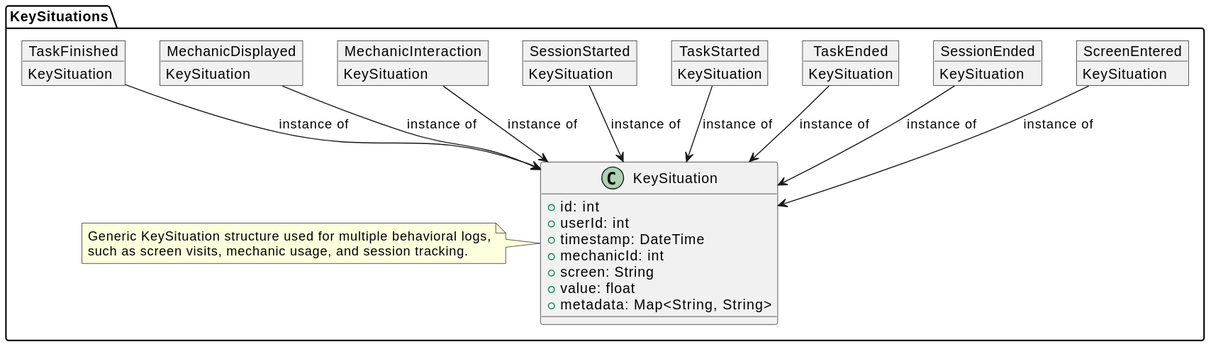
This is out/packages/keysitations/keysitations.svg from Maks-stack/ontology, a PlantUML export, as it was before one commit. Its diagram source:
```plantuml
@startuml
package KeySituations {

class KeySituation {
  +id: int
  +userId: int
  +timestamp: DateTime
  +mechanicId: int
  +screen: String
  +value: float
  +metadata: Map<String, String>
}

object TaskFinished
TaskFinished : KeySituation
TaskFinished --> KeySituation : "instance of"

object MechanicDisplayed
MechanicDisplayed : KeySituation
MechanicDisplayed --> KeySituation : "instance of"

object MechanicInteraction
MechanicInteraction : KeySituation
MechanicInteraction --> KeySituation : "instance of"

object SessionStarted
SessionStarted : KeySituation
SessionStarted --> KeySituation : "instance of"

object TaskStarted
TaskStarted : KeySituation
TaskStarted --> KeySituation : "instance of"

object TaskEnded
TaskEnded : KeySituation
TaskEnded --> KeySituation : "instance of"

object SessionEnded
SessionEnded : KeySituation
SessionEnded --> KeySituation : "instance of"

object ScreenEntered
ScreenEntered : KeySituation
ScreenEntered --> KeySituation : "instance of"

note left of KeySituation
Generic KeySituation structure used for multiple behavioral logs,
such as screen visits, mechanic usage, and session tracking.
end note

}
@enduml
```
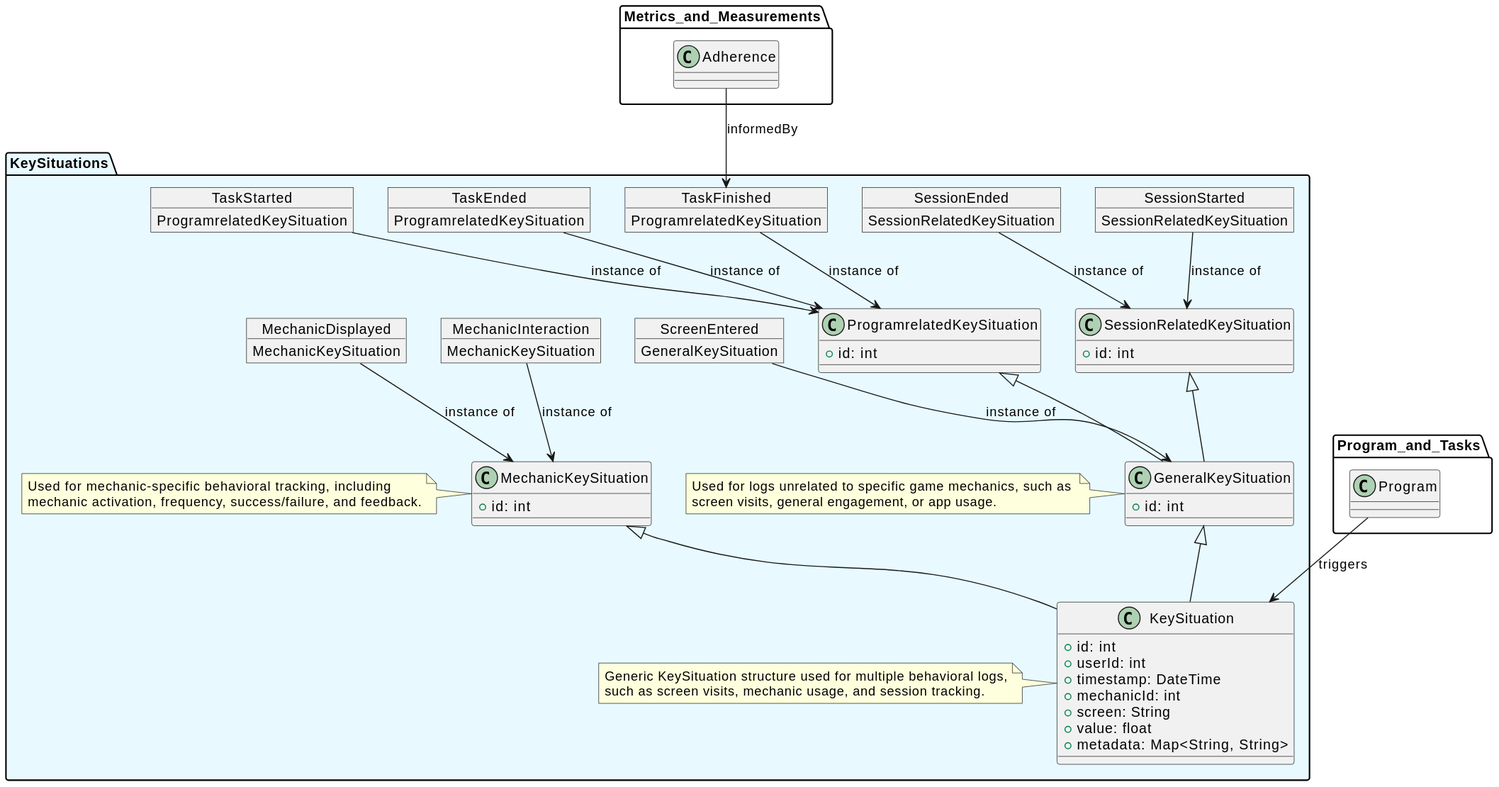
Above is the later version.

What changed in the source:
```diff
@@ -1,52 +1,83 @@
 @startuml
-package KeySituations {
+package KeySituations #e8faffff {
+  class KeySituation {
+    +id: int
+    +userId: int
+    +timestamp: DateTime
+    +mechanicId: int
+    +screen: String
+    +value: float
+    +metadata: Map<String, String>
+  }
 
-class KeySituation {
-  +id: int
-  +userId: int
-  +timestamp: DateTime
-  +mechanicId: int
-  +screen: String
-  +value: float
-  +metadata: Map<String, String>
+  class MechanicKeySituation {
+    +id: int
+
+  }
+  class GeneralKeySituation {
+    +id: int
+
+  }
+  class ProgramrelatedKeySituation {
+    +id: int
+  }
+  ProgramrelatedKeySituation <|-- GeneralKeySituation
+
+  class SessionRelatedKeySituation {
+    +id: int
+  }
+  SessionRelatedKeySituation <|-- GeneralKeySituation
+
+  GeneralKeySituation <|-- KeySituation
+  MechanicKeySituation <|-- KeySituation
+
+  object TaskFinished
+  TaskFinished : ProgramrelatedKeySituation
+  TaskFinished --> ProgramrelatedKeySituation : "instance of"
+
+  object MechanicDisplayed
+  MechanicDisplayed : MechanicKeySituation
+  MechanicDisplayed --> MechanicKeySituation : "instance of"
+
+  object MechanicInteraction
+  MechanicInteraction : MechanicKeySituation
+  MechanicInteraction --> MechanicKeySituation : "instance of"
+
+  object SessionStarted
+  SessionStarted : SessionRelatedKeySituation
+  SessionStarted --> SessionRelatedKeySituation : "instance of"
+
+  object TaskStarted
+  TaskStarted : ProgramrelatedKeySituation
+  TaskStarted --> ProgramrelatedKeySituation : "instance of"
+
+  object TaskEnded
+  TaskEnded : ProgramrelatedKeySituation
+  TaskEnded --> ProgramrelatedKeySituation : "instance of"
+
+  object SessionEnded
+  SessionEnded : SessionRelatedKeySituation
+  SessionEnded --> SessionRelatedKeySituation : "instance of"
+
+  object ScreenEntered
+  ScreenEntered : GeneralKeySituation
+  ScreenEntered --> GeneralKeySituation : "instance of"
+
+  note left of KeySituation
+  Generic KeySituation structure used for multiple behavioral logs,
+  such as screen visits, mechanic usage, and session tracking.
+  end note
+
+  note left of GeneralKeySituation
+  Used for logs unrelated to specific game mechanics, such as
+  screen visits, general engagement, or app usage.
+  end note
+
+  note left of MechanicKeySituation
+  Used for mechanic-specific behavioral tracking, including
+  mechanic activation, frequency, success/failure, and feedback.
+  end note
 }
-
-object TaskFinished
-TaskFinished : KeySituation
-TaskFinished --> KeySituation : "instance of"
-
-object MechanicDisplayed
-MechanicDisplayed : KeySituation
-MechanicDisplayed --> KeySituation : "instance of"
-
-object MechanicInteraction
-MechanicInteraction : KeySituation
-MechanicInteraction --> KeySituation : "instance of"
-
-object SessionStarted
-SessionStarted : KeySituation
-SessionStarted --> KeySituation : "instance of"
-
-object TaskStarted
-TaskStarted : KeySituation
-TaskStarted --> KeySituation : "instance of"
-
-object TaskEnded
-TaskEnded : KeySituation
-TaskEnded --> KeySituation : "instance of"
-
-object SessionEnded
-SessionEnded : KeySituation
-SessionEnded --> KeySituation : "instance of"
-
-object ScreenEntered
-ScreenEntered : KeySituation
-ScreenEntered --> KeySituation : "instance of"
-
-note left of KeySituation
-Generic KeySituation structure used for multiple behavioral logs,
-such as screen visits, mechanic usage, and session tracking.
-end note
-
-}
+Program_and_Tasks.Program --> KeySituation : "triggers"
+Metrics_and_Measurements.Adherence --> KeySituations.TaskFinished : "informedBy"
 @enduml
```
